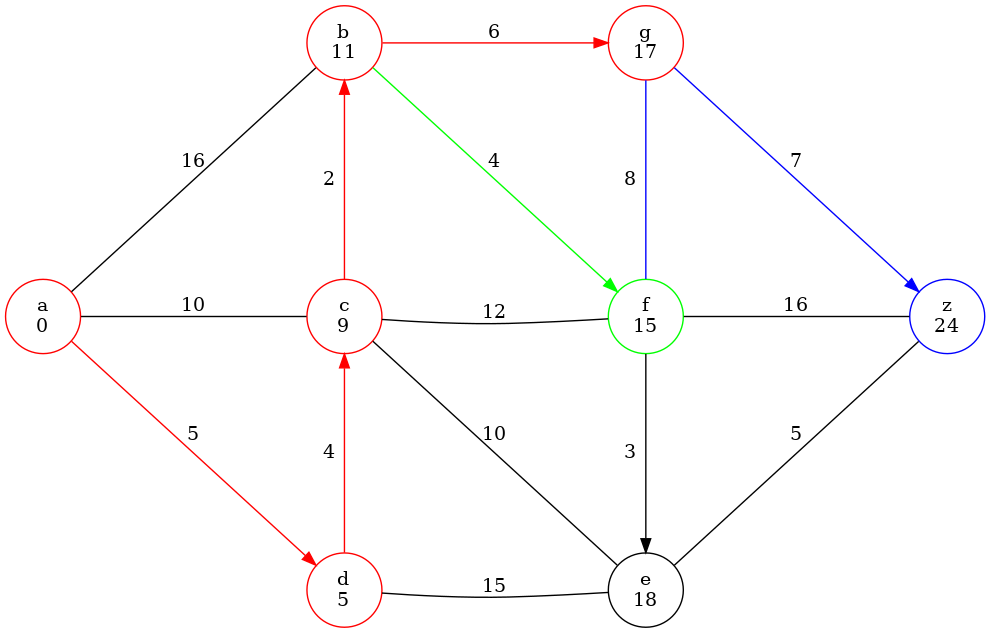
This is slides/graph_labeled/dijkstra/dijkstra-06.dot.png from jgsogo/eda, a Graphviz export, as it was before one commit. Its source is kept beside it as slides/graph_labeled/dijkstra/dijkstra-06.dot. Its diagram source:
```dot
digraph {
    rankdir=LR
    splines=true;
    overlap=scalexy;
    ranksep=2
    nodesep=1

    a -> b [label="16", dir=none, color=black]
    a -> c [label="10", dir=none, color=black]
    a -> d [label="5", color=red]

    b -> c [label="2", dir=back, color=red]
    c -> d [label="4", dir=back, color=red]

    b -> g [label="6", color=red]
    b -> f [label="4", color=green]


    c -> f [label="12", dir=none, color=black]
    c -> e [label="10", dir=none, color=black]

    d -> e [label="15", dir=none, color=black]

    g -> f [label="8", dir=none, color=blue]
    f -> e [label="3", color=black]

    g -> z [label="7", color=blue]
    f -> z [label="16", dir=none, color=black]
    e -> z [label="5", dir=none]

    {rank=same; b c d}
    {rank=same; g f e}

    a [color=red, label="a\n0"]
    b [color=red, label="b\n11"]
    c [color=red, label="c\n9"]
    d [color=red, label="d\n5"]
    e [color=black, label="e\n18"]
    f [color=green, label="f\n15"]
    g [color=red, label="g\n17"]
    z [color=blue, label="z\n24"]
}
```
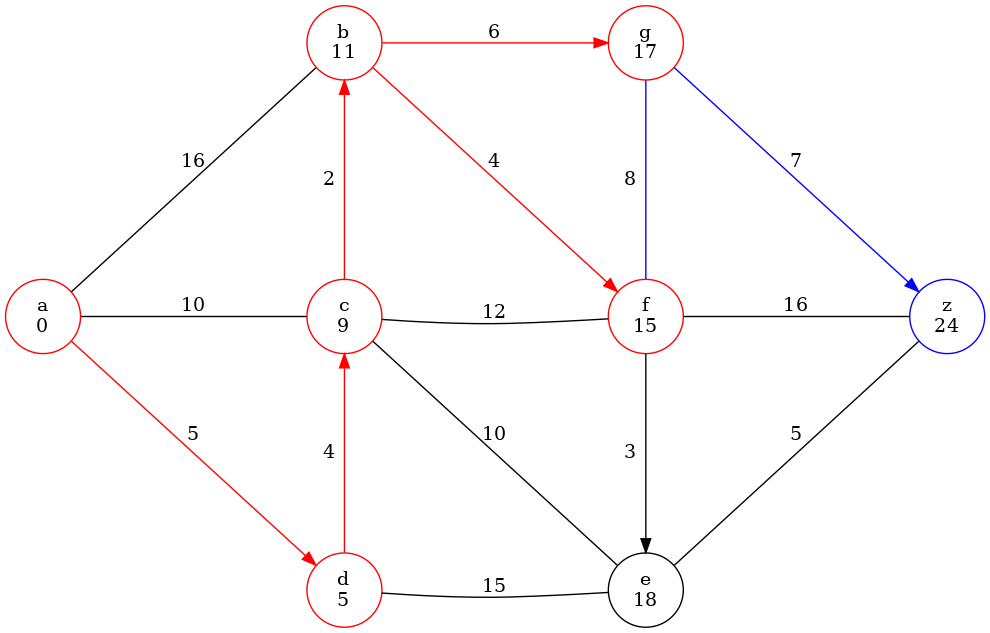
After the commit.

Change to the diagram source:
```diff
@@ -13,7 +13,7 @@
     c -> d [label="4", dir=back, color=red]
 
     b -> g [label="6", color=red]
-    b -> f [label="4", color=green]
+    b -> f [label="4", color=red]
 
 
     c -> f [label="12", dir=none, color=black]
@@ -36,7 +36,7 @@
     c [color=red, label="c\n9"]
     d [color=red, label="d\n5"]
     e [color=black, label="e\n18"]
-    f [color=green, label="f\n15"]
+    f [color=red, label="f\n15"]
     g [color=red, label="g\n17"]
     z [color=blue, label="z\n24"]
 }
```
